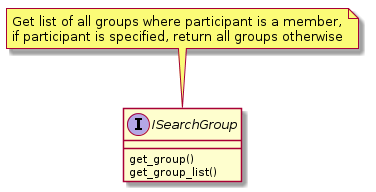
bugagashen6ka/quark keeps this PlantUML diagram as doc/isearch_group.png. Above is the earlier version.
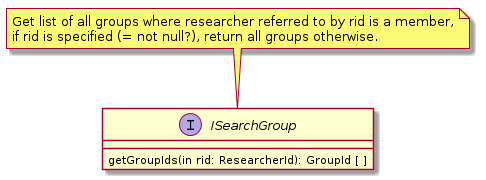
The same diagram one commit later.

What changed in the source:
```diff
@@ -1,15 +1,12 @@
 @startuml
 interface ISearchGroup {
-  get_group()
-  get_group_list()
+  getGroupIds(in rid: ResearcherId): GroupId [ ]
 }
 
-
-note as N
-  Get list of all groups where participant is a member,
-  if participant is specified, return all groups otherwise
+note as N1
+  Get list of all groups where researcher referred to by rid is a member,
+  if rid is specified (= not null?), return all groups otherwise.
 end note
 
-N .. ISearchGroup
-
+N1 .. ISearchGroup
 @enduml
```
